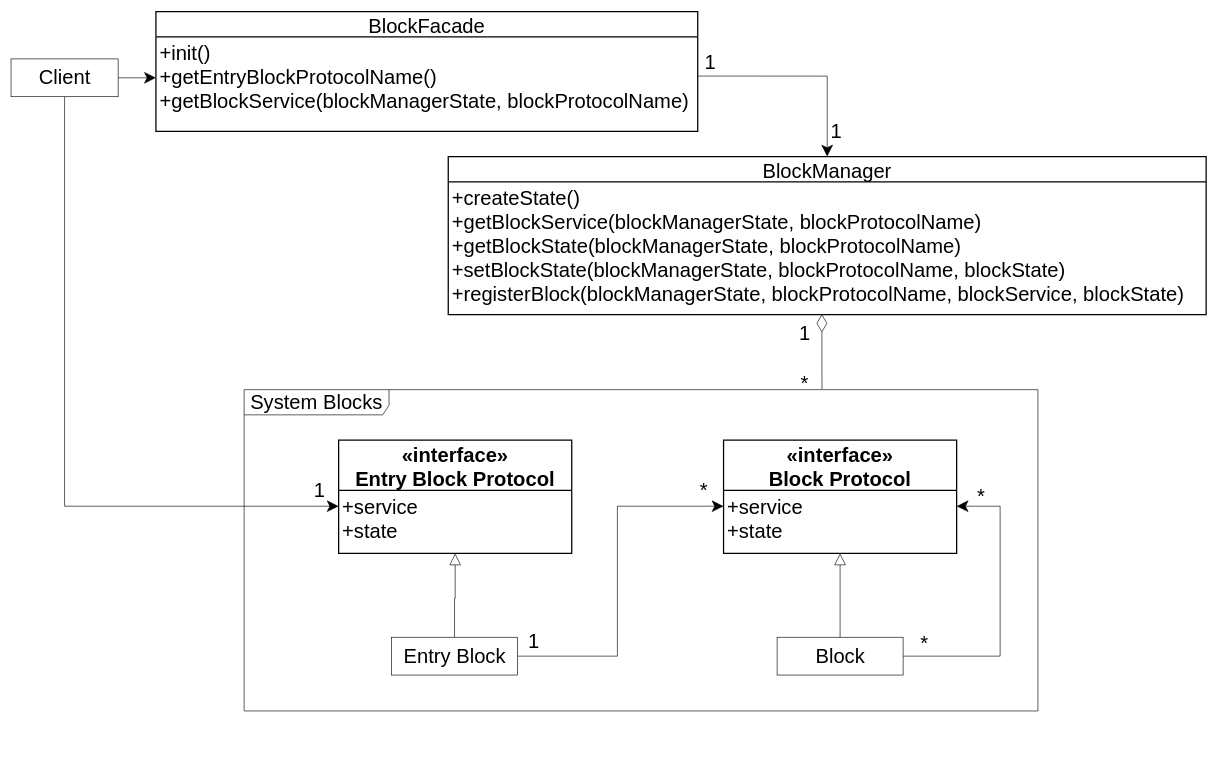
yyc-git/3DProgramPattern keeps this draw.io diagram as packages/积木模式/role_abstract/UML.drawio. Above is the earlier version. Source tidied: cells renumbered, new cells numbered last; positions are measured from the earlier drawing's top-left corner, leaving out a move shared by most shapes. Both pictures are drawn from the tidied source at 63%, with x=0, y=0 at pixel (11, 11).
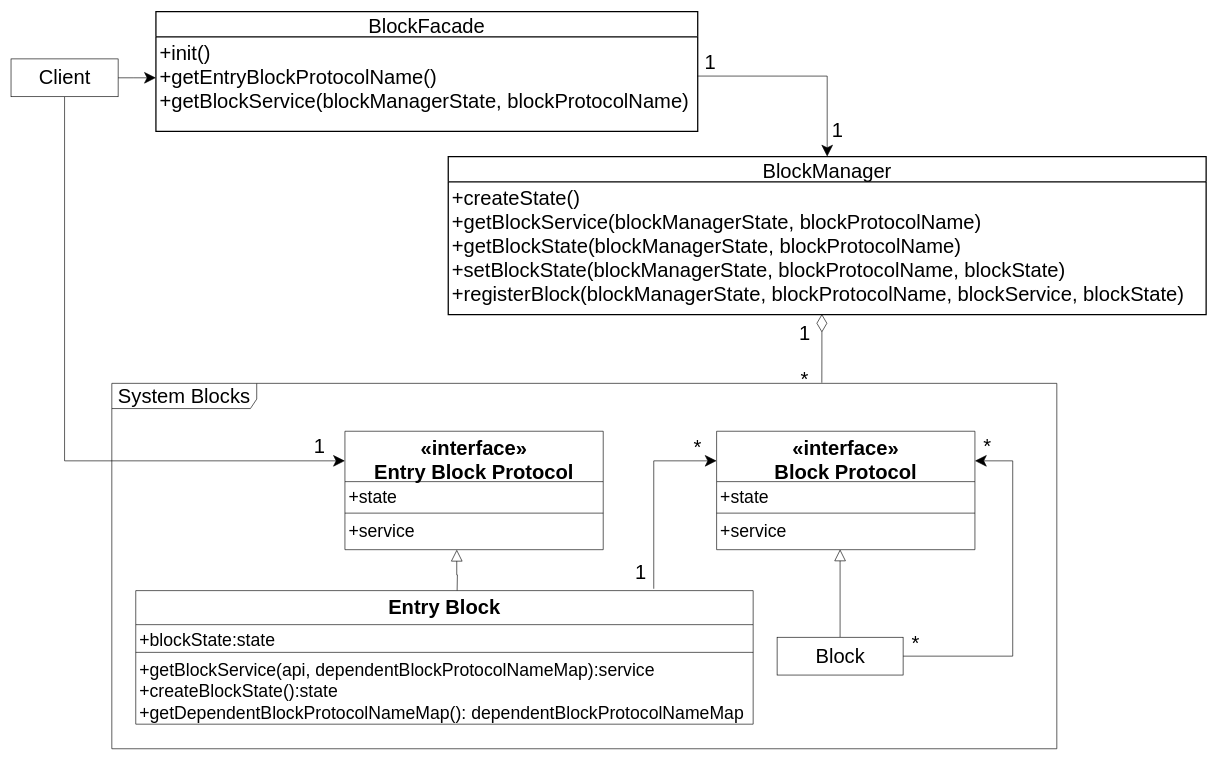
The same diagram, later.

The change refers to these unchanged cells:
```xml
<mxCell id="7" value="Client" style="html=1;fontSize=32;" parent="1" vertex="1">
  <mxGeometry y="75" width="170" height="60" as="geometry" />
</mxCell>
<mxCell id="15" value="Block" style="html=1;fontSize=32;" parent="1" vertex="1">
  <mxGeometry x="1216" y="993" width="200" height="60" as="geometry" />
</mxCell>
<mxCell id="30" value="+createState()&#10;+getBlockService(blockManagerState, blockProtocolName)&#10;+getBlockState(blockManagerState, blockProtocolName)&#10;+setBlockState(blockManagerState, blockProtocolName, blockState)&#10;+registerBlock(blockManagerState, blockProtocolName, blockService, blockState)" style="align=left;strokeColor=none;fillColor=none;spacingLeft=4;fontSize=32;verticalAlign=top;" parent="29" vertex="1">
  <mxGeometry y="40" width="1203" height="211" as="geometry" />
</mxCell>
```

What changed in the source:
```diff
@@
     <mxCell id="4" value="&lt;font style=&quot;font-size: 32px&quot;&gt;System Blocks&lt;/font&gt;" style="shape=umlFrame;whiteSpace=wrap;html=1;width=230;height=40;fontSize=32;" parent="1" vertex="1">
-      <mxGeometry x="370" y="600" width="1260" height="510" as="geometry" />
+      <mxGeometry x="160" y="590" width="1500" height="580" as="geometry" />
     </mxCell>
@@
-    <mxCell id="6" style="edgeStyle=orthogonalEdgeStyle;rounded=0;jettySize=auto;html=1;entryX=0;entryY=0.25;entryDx=0;entryDy=0;endArrow=classic;endFill=1;startSize=16;endSize=16;exitX=0.5;exitY=1;exitDx=0;exitDy=0;" parent="1" edge="1" source="7" target="12">
+    <mxCell id="6" style="edgeStyle=orthogonalEdgeStyle;rounded=0;jettySize=auto;html=1;entryX=0;entryY=0.25;entryDx=0;entryDy=0;endArrow=classic;endFill=1;startSize=16;endSize=16;exitX=0.5;exitY=1;exitDx=0;exitDy=0;" parent="1" edge="1" source="7" target="11">
       <mxGeometry relative="1" as="geometry" />
     </mxCell>
@@
-    <mxCell id="8" style="edgeStyle=orthogonalEdgeStyle;rounded=0;jettySize=auto;html=1;entryX=0.5;entryY=1;entryDx=0;entryDy=0;endArrow=block;endFill=0;endSize=16;startSize=16;" parent="1" edge="1" source="10" target="12">
-      <mxGeometry relative="1" as="geometry" />
+    <mxCell id="8" style="edgeStyle=orthogonalEdgeStyle;rounded=0;jettySize=auto;html=1;entryX=0.433;entryY=1.002;entryDx=0;entryDy=0;endArrow=block;endFill=0;endSize=16;startSize=16;entryPerimeter=0;" parent="1" edge="1" target="34">
+      <mxGeometry relative="1" as="geometry">
+        <mxPoint x="708" y="924" as="sourcePoint" />
+      </mxGeometry>
     </mxCell>
-    <mxCell id="9" style="edgeStyle=orthogonalEdgeStyle;rounded=0;jettySize=auto;html=1;entryX=0;entryY=0.25;entryDx=0;entryDy=0;fontSize=32;endArrow=classic;endFill=1;endSize=16;startSize=16;" parent="1" edge="1" source="10" target="17">
-      <mxGeometry relative="1" as="geometry" />
+    <mxCell id="9" style="edgeStyle=orthogonalEdgeStyle;rounded=0;jettySize=auto;html=1;entryX=0;entryY=0.25;entryDx=0;entryDy=0;fontSize=32;endArrow=classic;endFill=1;endSize=16;startSize=16;exitX=0.839;exitY=-0.014;exitDx=0;exitDy=0;exitPerimeter=0;" parent="1" edge="1" source="10" target="16">
+      <mxGeometry relative="1" as="geometry">
+        <Array as="points">
+          <mxPoint x="1020" y="713" />
+        </Array>
+      </mxGeometry>
     </mxCell>
-    <mxCell id="10" value="Entry Block" style="html=1;fontSize=32;" parent="1" vertex="1">
-      <mxGeometry x="604" y="993" width="200" height="60" as="geometry" />
-    </mxCell>
-    <mxCell id="11" value="«interface»&#10;Entry Block Protocol" style="swimlane;horizontal=1;startSize=80;rounded=0;fontSize=32;fontStyle=1;strokeWidth=2;shadow=0;dashed=0;align=center;" parent="1" vertex="1">
-      <mxGeometry x="520" y="680" width="370" height="180" as="geometry" />
-    </mxCell>
-    <mxCell id="12" value="+service&#10;+state" style="align=left;strokeColor=none;fillColor=none;spacingLeft=4;fontSize=32;verticalAlign=top;" parent="11" vertex="1">
-      <mxGeometry y="80" width="370" height="100" as="geometry" />
-    </mxCell>
-    <mxCell id="13" style="edgeStyle=orthogonalEdgeStyle;rounded=0;jettySize=auto;html=1;entryX=0.5;entryY=1;entryDx=0;entryDy=0;fontSize=32;endArrow=block;endFill=0;endSize=16;startSize=16;" parent="1" edge="1" source="15" target="17">
+    <mxCell id="13" style="edgeStyle=orthogonalEdgeStyle;rounded=0;jettySize=auto;html=1;fontSize=32;endArrow=block;endFill=0;endSize=16;startSize=16;entryX=0.478;entryY=0.993;entryDx=0;entryDy=0;entryPerimeter=0;" parent="1" edge="1" source="15" target="37">
       <mxGeometry relative="1" as="geometry" />
     </mxCell>
-    <mxCell id="14" style="edgeStyle=orthogonalEdgeStyle;rounded=0;jettySize=auto;html=1;entryX=1;entryY=0.25;entryDx=0;entryDy=0;endSize=16;exitX=1;exitY=0.5;exitDx=0;exitDy=0;" parent="1" edge="1" source="15" target="17">
+    <mxCell id="14" style="edgeStyle=orthogonalEdgeStyle;rounded=0;jettySize=auto;html=1;entryX=1;entryY=0.25;entryDx=0;entryDy=0;endSize=16;exitX=1;exitY=0.5;exitDx=0;exitDy=0;" parent="1" edge="1" source="15" target="16">
       <mxGeometry relative="1" as="geometry">
         <Array as="points">
-          <mxPoint x="1570" y="1023" />
-          <mxPoint x="1570" y="785" />
+          <mxPoint x="1590" y="1023" />
+          <mxPoint x="1590" y="713" />
         </Array>
       </mxGeometry>
     </mxCell>
@@
-    <mxCell id="16" value="«interface»&#10;Block Protocol" style="swimlane;horizontal=1;startSize=80;rounded=0;fontSize=32;fontStyle=1;strokeWidth=2;shadow=0;dashed=0;align=center;" parent="1" vertex="1">
-      <mxGeometry x="1131" y="680" width="370" height="180" as="geometry" />
-    </mxCell>
-    <mxCell id="17" value="+service&#10;+state" style="align=left;strokeColor=none;fillColor=none;spacingLeft=4;fontSize=32;verticalAlign=top;" parent="16" vertex="1">
-      <mxGeometry y="80" width="370" height="100" as="geometry" />
-    </mxCell>
@@
-    <mxCell id="19" style="edgeStyle=orthogonalEdgeStyle;rounded=0;jettySize=auto;html=1;endSize=26;startSize=26;endArrow=none;endFill=0;startArrow=diamondThin;startFill=0;exitX=0.493;exitY=0.996;exitDx=0;exitDy=0;entryX=0.728;entryY=-0.002;entryDx=0;entryDy=0;entryPerimeter=0;exitPerimeter=0;" parent="1" edge="1" source="30" target="4">
-      <mxGeometry relative="1" as="geometry" />
+    <mxCell id="19" style="edgeStyle=orthogonalEdgeStyle;rounded=0;jettySize=auto;html=1;endSize=26;startSize=26;endArrow=none;endFill=0;startArrow=diamondThin;startFill=0;exitX=0.493;exitY=0.996;exitDx=0;exitDy=0;exitPerimeter=0;" parent="1" edge="1" source="30">
+      <mxGeometry relative="1" as="geometry">
+        <mxPoint x="1287" y="589" as="targetPoint" />
+      </mxGeometry>
     </mxCell>
@@
     <mxCell id="21" value="&lt;font style=&quot;font-size: 32px&quot;&gt;*&lt;/font&gt;" style="text;html=1;strokeColor=none;fillColor=none;align=center;verticalAlign=middle;whiteSpace=wrap;rounded=0;" parent="1" vertex="1">
-      <mxGeometry x="1240" y="580" width="40" height="20" as="geometry" />
+      <mxGeometry x="1240" y="573" width="40" height="20" as="geometry" />
     </mxCell>
@@
     <mxCell id="23" value="&lt;font style=&quot;font-size: 32px&quot;&gt;1&lt;/font&gt;" style="text;html=1;strokeColor=none;fillColor=none;align=center;verticalAlign=middle;whiteSpace=wrap;rounded=0;" parent="1" vertex="1">
-      <mxGeometry x="1290" y="180" width="40" height="20" as="geometry" />
+      <mxGeometry x="1292" y="178" width="40" height="20" as="geometry" />
     </mxCell>
     <mxCell id="24" value="&lt;font style=&quot;font-size: 32px&quot;&gt;1&lt;/font&gt;" style="text;html=1;strokeColor=none;fillColor=none;align=center;verticalAlign=middle;whiteSpace=wrap;rounded=0;" parent="1" vertex="1">
-      <mxGeometry x="470" y="750" width="40" height="20" as="geometry" />
+      <mxGeometry x="470" y="680" width="40" height="20" as="geometry" />
     </mxCell>
     <mxCell id="25" value="&lt;font style=&quot;font-size: 32px&quot;&gt;1&lt;/font&gt;" style="text;html=1;strokeColor=none;fillColor=none;align=center;verticalAlign=middle;whiteSpace=wrap;rounded=0;" parent="1" vertex="1">
-      <mxGeometry x="810" y="990" width="40" height="20" as="geometry" />
+      <mxGeometry x="980" y="880" width="40" height="20" as="geometry" />
     </mxCell>
     <mxCell id="26" value="&lt;font style=&quot;font-size: 32px&quot;&gt;*&lt;/font&gt;" style="text;html=1;strokeColor=none;fillColor=none;align=center;verticalAlign=middle;whiteSpace=wrap;rounded=0;" parent="1" vertex="1">
-      <mxGeometry x="1080" y="750" width="40" height="20" as="geometry" />
+      <mxGeometry x="1070" y="682" width="40" height="20" as="geometry" />
     </mxCell>
     <mxCell id="27" value="&lt;font style=&quot;font-size: 32px&quot;&gt;*&lt;/font&gt;" style="text;html=1;strokeColor=none;fillColor=none;align=center;verticalAlign=middle;whiteSpace=wrap;rounded=0;" parent="1" vertex="1">
-      <mxGeometry x="1430" y="993" width="40" height="20" as="geometry" />
+      <mxGeometry x="1416" y="993" width="40" height="20" as="geometry" />
     </mxCell>
     <mxCell id="28" value="&lt;font style=&quot;font-size: 32px&quot;&gt;*&lt;/font&gt;" style="text;html=1;strokeColor=none;fillColor=none;align=center;verticalAlign=middle;whiteSpace=wrap;rounded=0;" parent="1" vertex="1">
-      <mxGeometry x="1520" y="760" width="40" height="20" as="geometry" />
+      <mxGeometry x="1530" y="680" width="40" height="20" as="geometry" />
     </mxCell>
@@
+    <mxCell id="11" value="«interface»&#10;Entry Block Protocol" style="swimlane;fontStyle=1;align=center;verticalAlign=top;horizontal=1;startSize=80;fontSize=32;" parent="1" vertex="1">
+      <mxGeometry x="530" y="666" width="410" height="188" as="geometry" />
+    </mxCell>
+    <mxCell id="32" value="+state" style="text;strokeColor=none;fillColor=none;align=left;verticalAlign=top;spacingLeft=4;spacingRight=4;overflow=hidden;fontSize=28;" parent="11" vertex="1">
+      <mxGeometry y="80" width="410" height="46" as="geometry" />
+    </mxCell>
+    <mxCell id="33" style="line;strokeWidth=1;fillColor=none;align=left;verticalAlign=middle;spacingTop=-1;spacingLeft=3;spacingRight=3;labelPosition=right;" parent="11" vertex="1">
+      <mxGeometry y="126" width="410" height="8" as="geometry" />
+    </mxCell>
+    <mxCell id="34" value="+service" style="text;strokeColor=none;fillColor=none;align=left;verticalAlign=top;spacingLeft=4;spacingRight=4;overflow=hidden;points=[[0,0.5],[1,0.5]];portConstraint=eastwest;fontSize=28;" parent="11" vertex="1">
+      <mxGeometry y="134" width="410" height="54" as="geometry" />
+    </mxCell>
+    <mxCell id="16" value="«interface»&#10;Block Protocol" style="swimlane;fontStyle=1;align=center;verticalAlign=top;horizontal=1;startSize=80;fontSize=32;" parent="1" vertex="1">
+      <mxGeometry x="1120" y="666" width="410" height="188" as="geometry" />
+    </mxCell>
+    <mxCell id="35" value="+state" style="text;strokeColor=none;fillColor=none;align=left;verticalAlign=top;spacingLeft=4;spacingRight=4;overflow=hidden;fontSize=28;" parent="16" vertex="1">
+      <mxGeometry y="80" width="410" height="46" as="geometry" />
+    </mxCell>
+    <mxCell id="36" style="line;strokeWidth=1;fillColor=none;align=left;verticalAlign=middle;spacingTop=-1;spacingLeft=3;spacingRight=3;labelPosition=right;" parent="16" vertex="1">
+      <mxGeometry y="126" width="410" height="8" as="geometry" />
+    </mxCell>
+    <mxCell id="37" value="+service" style="text;strokeColor=none;fillColor=none;align=left;verticalAlign=top;spacingLeft=4;spacingRight=4;overflow=hidden;points=[[0,0.5],[1,0.5]];portConstraint=eastwest;fontSize=28;" parent="16" vertex="1">
+      <mxGeometry y="134" width="410" height="54" as="geometry" />
+    </mxCell>
+    <mxCell id="10" value="Entry Block" style="swimlane;fontStyle=1;align=center;verticalAlign=top;horizontal=1;startSize=54;fontSize=32;" parent="1" vertex="1">
+      <mxGeometry x="198" y="919" width="980" height="212" as="geometry" />
+    </mxCell>
+    <mxCell id="38" value="+blockState:state" style="text;strokeColor=none;fillColor=none;align=left;verticalAlign=top;spacingLeft=4;spacingRight=4;overflow=hidden;fontSize=28;" parent="10" vertex="1">
+      <mxGeometry y="54" width="980" height="40" as="geometry" />
+    </mxCell>
+    <mxCell id="39" style="line;strokeWidth=1;fillColor=none;align=left;verticalAlign=middle;spacingTop=-1;spacingLeft=3;spacingRight=3;labelPosition=right;" parent="10" vertex="1">
+      <mxGeometry y="94" width="980" height="8" as="geometry" />
+    </mxCell>
+    <mxCell id="40" value="+getBlockService(api, dependentBlockProtocolNameMap):service&#10;+createBlockState():state&#10;+getDependentBlockProtocolNameMap(): dependentBlockProtocolNameMap" style="text;strokeColor=none;fillColor=none;align=left;verticalAlign=top;spacingLeft=4;spacingRight=4;overflow=hidden;fontSize=28;" parent="10" vertex="1">
+      <mxGeometry y="102" width="980" height="110" as="geometry" />
+    </mxCell>
```
